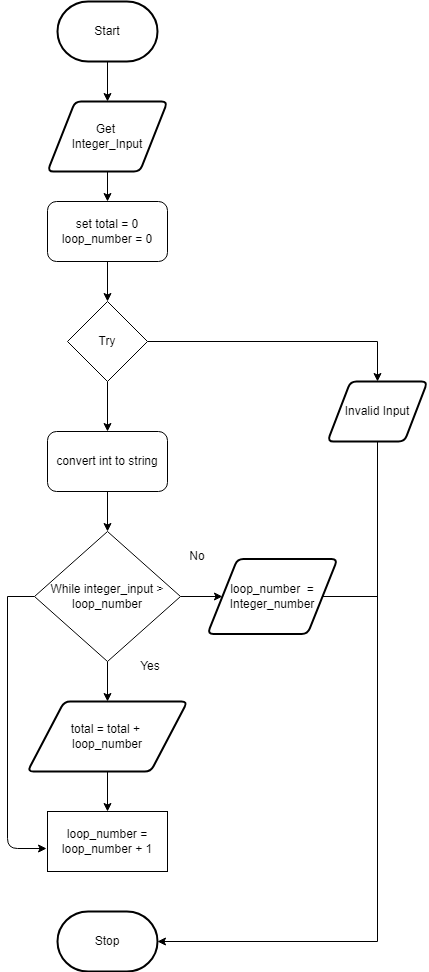
Before: FlowChart.png, a diagram exported from draw.io (JacksonNaufal/ICS3U-Unit4-02-Python). Source tidied: cells renumbered, new cells last; positions are measured from the earlier drawing's top-left corner, leaving out a move shared by most shapes. Source of this version:
```xml
<mxGraphModel>
  <root>
    <mxCell id="0" />
    <mxCell id="1" parent="0" />
    <mxCell id="2" style="edgeStyle=none;rounded=0;html=1;" parent="1" edge="1" source="3" target="13">
      <mxGeometry relative="1" as="geometry" />
    </mxCell>
    <mxCell id="3" value="Start" style="strokeWidth=2;html=1;shape=mxgraph.flowchart.terminator;whiteSpace=wrap;" parent="1" vertex="1">
      <mxGeometry x="50" width="100" height="60" as="geometry" />
    </mxCell>
    <mxCell id="4" value="Stop" style="strokeWidth=2;html=1;shape=mxgraph.flowchart.terminator;whiteSpace=wrap;rounded=1;" parent="1" vertex="1">
      <mxGeometry x="50" y="910" width="100" height="60" as="geometry" />
    </mxCell>
    <mxCell id="5" style="edgeStyle=none;html=1;" parent="1" edge="1" source="7" target="11">
      <mxGeometry relative="1" as="geometry" />
    </mxCell>
    <mxCell id="6" style="edgeStyle=none;html=1;entryX=0.5;entryY=0;entryDx=0;entryDy=0;rounded=0;" parent="1" edge="1" source="7" target="9">
      <mxGeometry relative="1" as="geometry">
        <Array as="points">
          <mxPoint x="370" y="340" />
        </Array>
      </mxGeometry>
    </mxCell>
    <mxCell id="7" value="Try" style="rhombus;whiteSpace=wrap;html=1;" parent="1" vertex="1">
      <mxGeometry x="60" y="300" width="80" height="80" as="geometry" />
    </mxCell>
    <mxCell id="8" style="edgeStyle=none;rounded=0;html=1;entryX=1;entryY=0.5;entryDx=0;entryDy=0;entryPerimeter=0;" parent="1" edge="1" source="9" target="4">
      <mxGeometry relative="1" as="geometry">
        <Array as="points">
          <mxPoint x="370" y="940" />
        </Array>
      </mxGeometry>
    </mxCell>
    <mxCell id="9" value="Invalid Input" style="shape=parallelogram;html=1;strokeWidth=2;perimeter=parallelogramPerimeter;whiteSpace=wrap;rounded=1;arcSize=12;size=0.23;" parent="1" vertex="1">
      <mxGeometry x="320" y="380" width="100" height="60" as="geometry" />
    </mxCell>
    <mxCell id="10" style="edgeStyle=none;rounded=0;html=1;" parent="1" edge="1" source="11" target="20">
      <mxGeometry relative="1" as="geometry" />
    </mxCell>
    <mxCell id="11" value="convert int to string" style="rounded=1;whiteSpace=wrap;html=1;" parent="1" vertex="1">
      <mxGeometry x="40" y="430" width="120" height="60" as="geometry" />
    </mxCell>
    <mxCell id="12" style="edgeStyle=none;rounded=0;html=1;" parent="1" edge="1" source="13" target="15">
      <mxGeometry relative="1" as="geometry" />
    </mxCell>
    <mxCell id="13" value="Get &lt;br&gt;Integer_Input" style="shape=parallelogram;html=1;strokeWidth=2;perimeter=parallelogramPerimeter;whiteSpace=wrap;rounded=1;arcSize=12;size=0.23;" parent="1" vertex="1">
      <mxGeometry x="40" y="100" width="120" height="70" as="geometry" />
    </mxCell>
    <mxCell id="14" style="edgeStyle=none;rounded=0;html=1;" parent="1" edge="1" source="15" target="7">
      <mxGeometry relative="1" as="geometry" />
    </mxCell>
    <mxCell id="15" value="set total = 0&lt;br&gt;loop_number = 0" style="rounded=1;whiteSpace=wrap;html=1;" parent="1" vertex="1">
      <mxGeometry x="40" y="200" width="120" height="60" as="geometry" />
    </mxCell>
    <mxCell id="16" style="edgeStyle=none;rounded=0;html=1;" parent="1" edge="1" source="20" target="22">
      <mxGeometry relative="1" as="geometry" />
    </mxCell>
    <mxCell id="17" style="edgeStyle=none;rounded=0;html=1;" parent="1" edge="1" source="20" target="27">
      <mxGeometry relative="1" as="geometry" />
    </mxCell>
    <mxCell id="18" style="edgeStyle=none;html=1;entryX=-0.008;entryY=0.617;entryDx=0;entryDy=0;entryPerimeter=0;" parent="1" edge="1" target="23">
      <mxGeometry relative="1" as="geometry">
        <mxPoint y="595" as="sourcePoint" />
        <Array as="points">
          <mxPoint y="847" />
        </Array>
      </mxGeometry>
    </mxCell>
    <mxCell id="19" style="edgeStyle=none;html=1;endArrow=none;endFill=0;" parent="1" edge="1" source="20">
      <mxGeometry relative="1" as="geometry">
        <mxPoint y="595" as="targetPoint" />
      </mxGeometry>
    </mxCell>
    <mxCell id="20" value="While integer_input &amp;gt; loop_number" style="rhombus;whiteSpace=wrap;html=1;" parent="1" vertex="1">
      <mxGeometry x="27" y="530" width="146" height="130" as="geometry" />
    </mxCell>
    <mxCell id="21" style="edgeStyle=none;rounded=0;html=1;" parent="1" edge="1" source="22" target="23">
      <mxGeometry relative="1" as="geometry" />
    </mxCell>
    <mxCell id="22" value="total = total + &lt;br&gt;loop_number" style="shape=parallelogram;html=1;strokeWidth=2;perimeter=parallelogramPerimeter;whiteSpace=wrap;rounded=1;arcSize=12;size=0.23;" parent="1" vertex="1">
      <mxGeometry x="20" y="700" width="160" height="70" as="geometry" />
    </mxCell>
    <mxCell id="23" value="loop_number = loop_number + 1" style="rounded=0;whiteSpace=wrap;html=1;" parent="1" vertex="1">
      <mxGeometry x="40" y="810" width="120" height="60" as="geometry" />
    </mxCell>
    <mxCell id="24" value="Yes&lt;br&gt;" style="text;html=1;strokeColor=none;fillColor=none;align=center;verticalAlign=middle;whiteSpace=wrap;rounded=0;" parent="1" vertex="1">
      <mxGeometry x="113" y="650" width="60" height="30" as="geometry" />
    </mxCell>
    <mxCell id="25" value="No" style="text;html=1;strokeColor=none;fillColor=none;align=center;verticalAlign=middle;whiteSpace=wrap;rounded=0;" parent="1" vertex="1">
      <mxGeometry x="160" y="540" width="60" height="30" as="geometry" />
    </mxCell>
    <mxCell id="26" style="edgeStyle=none;rounded=0;html=1;endArrow=none;endFill=0;" parent="1" edge="1" source="27">
      <mxGeometry relative="1" as="geometry">
        <mxPoint x="370" y="595" as="targetPoint" />
      </mxGeometry>
    </mxCell>
    <mxCell id="27" value="loop_number&amp;nbsp; =&lt;br&gt;Integer_number" style="shape=parallelogram;html=1;strokeWidth=2;perimeter=parallelogramPerimeter;whiteSpace=wrap;rounded=1;arcSize=12;size=0.23;" parent="1" vertex="1">
      <mxGeometry x="200" y="557.5" width="130" height="75" as="geometry" />
    </mxCell>
  </root>
</mxGraphModel>
```
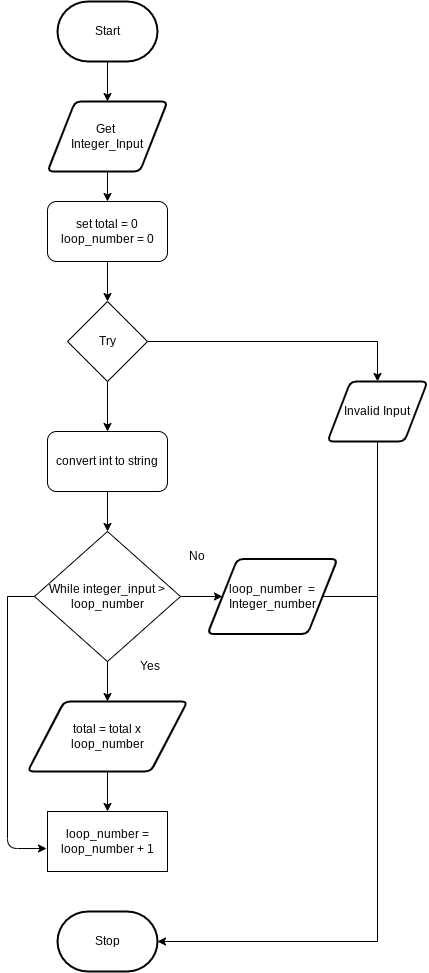
After the commit.

Change to the diagram source:
```diff
@@ -77,7 +77,7 @@
     <mxCell id="21" style="edgeStyle=none;rounded=0;html=1;" parent="1" edge="1" source="22" target="23">
       <mxGeometry relative="1" as="geometry" />
     </mxCell>
-    <mxCell id="22" value="total = total + &lt;br&gt;loop_number" style="shape=parallelogram;html=1;strokeWidth=2;perimeter=parallelogramPerimeter;whiteSpace=wrap;rounded=1;arcSize=12;size=0.23;" parent="1" vertex="1">
+    <mxCell id="22" value="total = total x&lt;br&gt;loop_number" style="shape=parallelogram;html=1;strokeWidth=2;perimeter=parallelogramPerimeter;whiteSpace=wrap;rounded=1;arcSize=12;size=0.23;" parent="1" vertex="1">
       <mxGeometry x="20" y="700" width="160" height="70" as="geometry" />
     </mxCell>
     <mxCell id="23" value="loop_number = loop_number + 1" style="rounded=0;whiteSpace=wrap;html=1;" parent="1" vertex="1">
```
